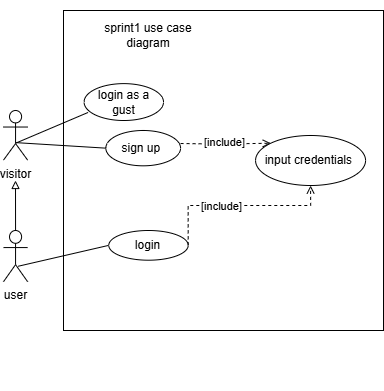
guizanimohamed23/report keeps this draw.io diagram as uploads/diagrams/sprint1usecase.drawio.png. Above is the earlier version. Source tidied: cells renumbered, new cells last; positions are measured from the earlier drawing's top-left corner, leaving out a move shared by most shapes.
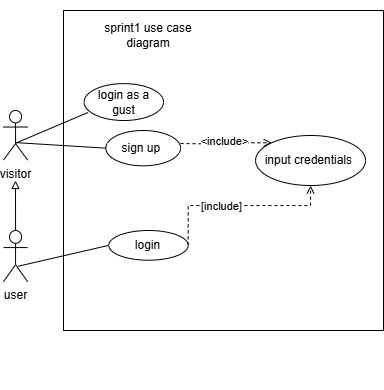
After the change.

Change to the diagram source:
```diff
@@ -45,7 +45,7 @@
         <mxPoint x="167.1" y="143" as="sourcePoint" />
       </mxGeometry>
     </mxCell>
-    <mxCell id="15" value="[include]" style="edgeLabel;html=1;align=center;verticalAlign=middle;" parent="14" vertex="1">
+    <mxCell id="15" value="&amp;lt;include&amp;gt;" style="edgeLabel;html=1;align=center;verticalAlign=middle;" parent="14" vertex="1">
       <mxGeometry x="-0.04" y="2" relative="1" as="geometry" />
     </mxCell>
     <mxCell id="16" style="edgeStyle=orthogonalEdgeStyle;rounded=0;jettySize=auto;html=1;entryX=0.5;entryY=1;entryDx=0;entryDy=0;dashed=1;exitX=1;exitY=0.5;exitDx=0;exitDy=0;endArrow=open;endFill=0;" parent="2" edge="1" source="11" target="18">
```
